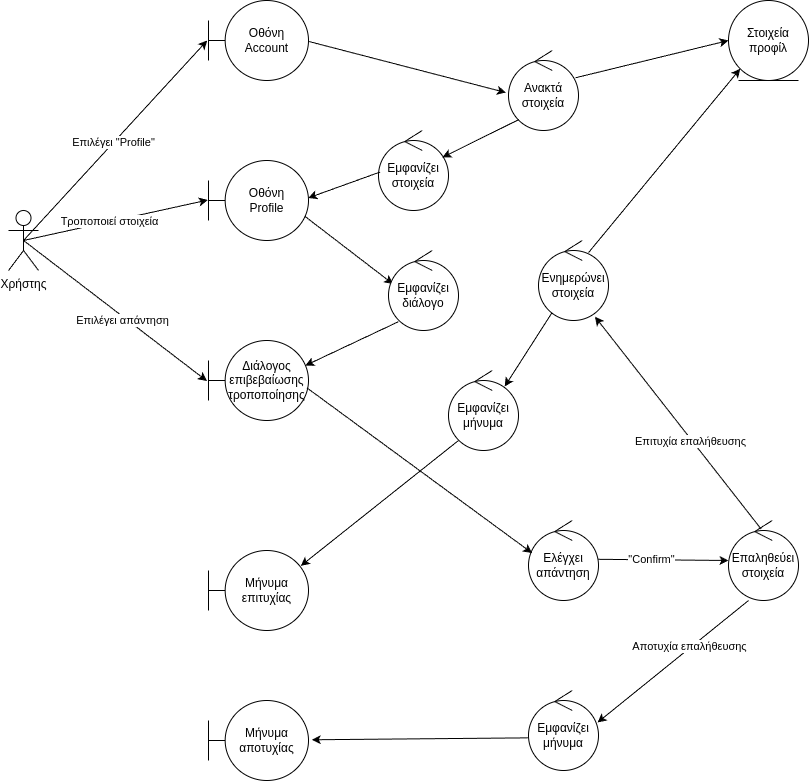
YannisRavasopoulos/ProjectSD_S6 keeps this draw.io diagram as reports/edit-profile-robustness.drawio.png. Above is the earlier version. Source tidied: cells renumbered, new cells last; positions are measured from the earlier drawing's top-left corner, leaving out a move shared by most shapes.
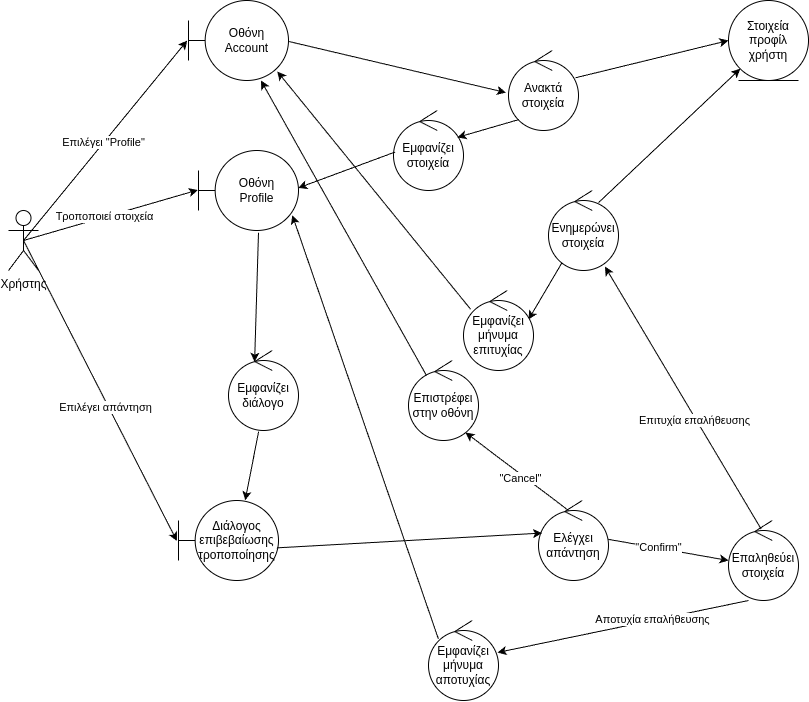
After the commit.

What changed in the source:
```diff
@@ -3,35 +3,32 @@
     <mxCell id="0" />
     <mxCell id="1" parent="0" />
     <mxCell id="2" value="Χρήστης" style="shape=umlActor;verticalLabelPosition=bottom;verticalAlign=top;html=1;" parent="1" vertex="1">
-      <mxGeometry y="210" width="30" height="60" as="geometry" />
+      <mxGeometry x="-25" y="210" width="30" height="60" as="geometry" />
     </mxCell>
     <mxCell id="3" value="Οθόνη&lt;br&gt;Account" style="shape=umlBoundary;whiteSpace=wrap;html=1;" parent="1" vertex="1">
-      <mxGeometry x="200" width="100" height="80" as="geometry" />
+      <mxGeometry x="155" width="100" height="80" as="geometry" />
     </mxCell>
     <mxCell id="4" value="Οθόνη&lt;br&gt;Profile" style="shape=umlBoundary;whiteSpace=wrap;html=1;" parent="1" vertex="1">
-      <mxGeometry x="200" y="160" width="100" height="80" as="geometry" />
+      <mxGeometry x="165" y="150" width="100" height="80" as="geometry" />
     </mxCell>
     <mxCell id="5" value="Εμφανίζει στοιχεία" style="ellipse;shape=umlControl;whiteSpace=wrap;html=1;" parent="1" vertex="1">
-      <mxGeometry x="370" y="130" width="70" height="80" as="geometry" />
+      <mxGeometry x="360" y="110" width="70" height="80" as="geometry" />
     </mxCell>
-    <mxCell id="6" value="&lt;div&gt;Ανακτά&lt;/div&gt;&lt;div&gt;στοιχεία&lt;/div&gt;" style="ellipse;shape=umlControl;whiteSpace=wrap;html=1;" parent="1" vertex="1">
-      <mxGeometry x="500" y="50" width="70" height="80" as="geometry" />
+    <mxCell id="6" value="Ανακτά στοιχεία" style="ellipse;shape=umlControl;whiteSpace=wrap;html=1;" parent="1" vertex="1">
+      <mxGeometry x="475" y="50" width="70" height="80" as="geometry" />
     </mxCell>
-    <mxCell id="7" value="Στοιχεία&lt;br&gt;προφίλ" style="ellipse;shape=umlEntity;whiteSpace=wrap;html=1;" parent="1" vertex="1">
-      <mxGeometry x="720" width="80" height="80" as="geometry" />
+    <mxCell id="7" value="Στοιχεία&lt;br&gt;προφίλ&lt;div&gt;χρήστη&lt;/div&gt;" style="ellipse;shape=umlEntity;whiteSpace=wrap;html=1;" parent="1" vertex="1">
+      <mxGeometry x="695" width="80" height="80" as="geometry" />
     </mxCell>
     <mxCell id="8" value="Επαληθεύει&lt;br&gt;στοιχεία" style="ellipse;shape=umlControl;whiteSpace=wrap;html=1;" parent="1" vertex="1">
-      <mxGeometry x="720" y="520" width="70" height="80" as="geometry" />
+      <mxGeometry x="695" y="520" width="70" height="80" as="geometry" />
     </mxCell>
     <mxCell id="9" value="Ενημερώνει&lt;br&gt;στοιχεία" style="ellipse;shape=umlControl;whiteSpace=wrap;html=1;" parent="1" vertex="1">
-      <mxGeometry x="530" y="240" width="70" height="80" as="geometry" />
+      <mxGeometry x="515" y="190" width="70" height="80" as="geometry" />
     </mxCell>
-    <mxCell id="10" value="Εμφανίζει&lt;br&gt;μήνυμα" style="ellipse;shape=umlControl;whiteSpace=wrap;html=1;" parent="1" vertex="1">
-      <mxGeometry x="520" y="690" width="70" height="80" as="geometry" />
+    <mxCell id="10" value="Εμφανίζει&lt;br&gt;μήνυμα&lt;br&gt;αποτυχίας" style="ellipse;shape=umlControl;whiteSpace=wrap;html=1;" parent="1" vertex="1">
+      <mxGeometry x="395" y="620" width="70" height="80" as="geometry" />
     </mxCell>
-    <mxCell id="11" value="Μήνυμα&lt;br&gt;αποτυχίας" style="shape=umlBoundary;whiteSpace=wrap;html=1;" parent="1" vertex="1">
-      <mxGeometry x="200" y="700" width="100" height="80" as="geometry" />
-    </mxCell>
     <mxCell id="12" style="endArrow=classic;html=1;rounded=0;exitX=1.006;exitY=0.513;exitDx=0;exitDy=0;exitPerimeter=0;entryX=-0.037;entryY=0.526;entryDx=0;entryDy=0;entryPerimeter=0;" parent="1" edge="1" source="3" target="6">
       <mxGeometry relative="1" as="geometry" />
     </mxCell>
@@ -44,7 +41,7 @@
     <mxCell id="15" style="endArrow=classic;html=1;rounded=0;exitX=0.023;exitY=0.519;exitDx=0;exitDy=0;exitPerimeter=0;entryX=0.997;entryY=0.468;entryDx=0;entryDy=0;entryPerimeter=0;" parent="1" edge="1" source="5" target="4">
       <mxGeometry relative="1" as="geometry" />
     </mxCell>
-    <mxCell id="16" style="endArrow=classic;html=1;rounded=0;exitX=0.963;exitY=0.697;exitDx=0;exitDy=0;exitPerimeter=0;entryX=0.065;entryY=0.419;entryDx=0;entryDy=0;entryPerimeter=0;" parent="1" edge="1" source="4" target="27">
+    <mxCell id="16" style="endArrow=classic;html=1;rounded=0;exitX=0.6;exitY=1.028;exitDx=0;exitDy=0;exitPerimeter=0;entryX=0.373;entryY=0.141;entryDx=0;entryDy=0;entryPerimeter=0;" parent="1" edge="1" source="4" target="27">
       <mxGeometry relative="1" as="geometry" />
     </mxCell>
     <mxCell id="17" style="endArrow=classic;html=1;rounded=0;entryX=0.807;entryY=0.952;entryDx=0;entryDy=0;entryPerimeter=0;exitX=0.467;exitY=0.108;exitDx=0;exitDy=0;exitPerimeter=0;" parent="1" edge="1" source="8" target="9">
@@ -62,7 +59,7 @@
     <mxCell id="21" style="endArrow=classic;html=1;rounded=0;entryX=0;entryY=1;entryDx=0;entryDy=0;exitX=0.714;exitY=0.152;exitDx=0;exitDy=0;exitPerimeter=0;" parent="1" edge="1" source="9" target="7">
       <mxGeometry relative="1" as="geometry" />
     </mxCell>
-    <mxCell id="22" style="endArrow=classic;html=1;rounded=0;exitX=-0.009;exitY=0.592;exitDx=0;exitDy=0;exitPerimeter=0;entryX=1.032;entryY=0.491;entryDx=0;entryDy=0;entryPerimeter=0;" parent="1" edge="1" source="10" target="11">
+    <mxCell id="22" style="endArrow=classic;html=1;rounded=0;exitX=0.141;exitY=0.229;exitDx=0;exitDy=0;exitPerimeter=0;entryX=0.938;entryY=0.809;entryDx=0;entryDy=0;entryPerimeter=0;" parent="1" edge="1" source="10" target="4">
       <mxGeometry relative="1" as="geometry" />
     </mxCell>
     <mxCell id="23" style="endArrow=classic;html=1;rounded=0;entryX=-0.013;entryY=0.5;entryDx=0;entryDy=0;entryPerimeter=0;exitX=0.5;exitY=0.5;exitDx=0;exitDy=0;exitPerimeter=0;" parent="1" edge="1" source="2" target="3">
@@ -78,12 +75,12 @@
       <mxGeometry x="-0.07" y="1" relative="1" as="geometry" />
     </mxCell>
     <mxCell id="27" value="Εμφανίζει&lt;br&gt;διάλογο" style="ellipse;shape=umlControl;whiteSpace=wrap;html=1;" parent="1" vertex="1">
-      <mxGeometry x="380" y="250" width="70" height="80" as="geometry" />
+      <mxGeometry x="195" y="350" width="70" height="80" as="geometry" />
     </mxCell>
     <mxCell id="28" value="Διάλογος&lt;br&gt;επιβεβαίωσης&lt;br&gt;τροποποίησης" style="shape=umlBoundary;whiteSpace=wrap;html=1;" parent="1" vertex="1">
-      <mxGeometry x="200" y="340" width="100" height="80" as="geometry" />
+      <mxGeometry x="145" y="500" width="100" height="80" as="geometry" />
     </mxCell>
-    <mxCell id="29" style="endArrow=classic;html=1;rounded=0;exitX=0.142;exitY=0.89;exitDx=0;exitDy=0;exitPerimeter=0;entryX=0.968;entryY=0.313;entryDx=0;entryDy=0;entryPerimeter=0;" parent="1" edge="1" source="27" target="28">
+    <mxCell id="29" style="endArrow=classic;html=1;rounded=0;exitX=0.43;exitY=1.014;exitDx=0;exitDy=0;exitPerimeter=0;entryX=0.667;entryY=-0.002;entryDx=0;entryDy=0;entryPerimeter=0;" parent="1" edge="1" source="27" target="28">
       <mxGeometry relative="1" as="geometry" />
     </mxCell>
     <mxCell id="30" style="endArrow=classic;html=1;rounded=0;exitX=0.5;exitY=0.5;exitDx=0;exitDy=0;exitPerimeter=0;entryX=-0.016;entryY=0.506;entryDx=0;entryDy=0;entryPerimeter=0;" parent="1" edge="1" source="2" target="28">
@@ -93,7 +90,7 @@
       <mxGeometry x="0.1" y="-3" relative="1" as="geometry" />
     </mxCell>
     <mxCell id="32" value="Ελέγχει&lt;br&gt;απάντηση" style="ellipse;shape=umlControl;whiteSpace=wrap;html=1;" parent="1" vertex="1">
-      <mxGeometry x="520" y="520" width="70" height="80" as="geometry" />
+      <mxGeometry x="505" y="500" width="70" height="80" as="geometry" />
     </mxCell>
     <mxCell id="33" style="endArrow=classic;html=1;rounded=0;exitX=0.984;exitY=0.592;exitDx=0;exitDy=0;exitPerimeter=0;entryX=0.051;entryY=0.407;entryDx=0;entryDy=0;entryPerimeter=0;" parent="1" edge="1" source="28" target="32">
       <mxGeometry relative="1" as="geometry" />
@@ -104,19 +101,26 @@
     <mxCell id="35" value="&quot;Confirm&quot;" style="edgeLabel;html=1;align=center;verticalAlign=middle;" parent="34" vertex="1">
       <mxGeometry x="-0.19" y="1" relative="1" as="geometry" />
     </mxCell>
-    <mxCell id="36" value="Μήνυμα&lt;br&gt;επιτυχίας" style="shape=umlBoundary;whiteSpace=wrap;html=1;" parent="1" vertex="1">
-      <mxGeometry x="200" y="550" width="100" height="80" as="geometry" />
-    </mxCell>
-    <mxCell id="37" value="Εμφανίζει&lt;br&gt;μήνυμα" style="ellipse;shape=umlControl;whiteSpace=wrap;html=1;" parent="1" vertex="1">
-      <mxGeometry x="440" y="370" width="70" height="80" as="geometry" />
-    </mxCell>
-    <mxCell id="38" style="endArrow=classic;html=1;exitX=0.191;exitY=0.905;exitDx=0;exitDy=0;exitPerimeter=0;entryX=0.803;entryY=0.2;entryDx=0;entryDy=0;entryPerimeter=0;" parent="1" edge="1" source="9" target="37">
+    <mxCell id="38" style="endArrow=classic;html=1;exitX=0.191;exitY=0.905;exitDx=0;exitDy=0;exitPerimeter=0;entryX=0.929;entryY=0.363;entryDx=0;entryDy=0;entryPerimeter=0;" parent="1" edge="1" source="9" target="42">
       <mxGeometry relative="1" as="geometry" />
     </mxCell>
-    <mxCell id="39" style="endArrow=classic;html=1;entryX=0.923;entryY=0.192;entryDx=0;entryDy=0;entryPerimeter=0;" parent="1" edge="1" target="36">
-      <mxGeometry relative="1" as="geometry">
-        <mxPoint x="450" y="440" as="sourcePoint" />
-      </mxGeometry>
-    </mxCell>
+    <mxCell id="40" style="endArrow=classic;html=1;exitX=0.429;exitY=0.125;exitDx=0;exitDy=0;exitPerimeter=0;entryX=0.814;entryY=0.9;entryDx=0;entryDy=0;entryPerimeter=0;" parent="1" edge="1" source="32" target="44">
+      <mxGeometry relative="1" as="geometry" />
+    </mxCell>
+    <mxCell id="41" value="&quot;Cancel&quot;" style="edgeLabel;html=1;align=center;verticalAlign=middle;" parent="40" vertex="1">
+      <mxGeometry x="-0.09" y="3" relative="1" as="geometry" />
+    </mxCell>
+    <mxCell id="42" value="Εμφανίζει&lt;div&gt;μήνυμα&lt;/div&gt;&lt;div&gt;επιτυχίας&lt;/div&gt;" style="ellipse;shape=umlControl;whiteSpace=wrap;html=1;" parent="1" vertex="1">
+      <mxGeometry x="430" y="290" width="70" height="80" as="geometry" />
+    </mxCell>
+    <mxCell id="43" style="endArrow=classic;html=1;exitX=0.102;exitY=0.235;exitDx=0;exitDy=0;exitPerimeter=0;entryX=0.888;entryY=0.887;entryDx=0;entryDy=0;entryPerimeter=0;" parent="1" edge="1" source="42" target="3">
+      <mxGeometry relative="1" as="geometry" />
+    </mxCell>
+    <mxCell id="44" value="Επιστρέφει&lt;br&gt;στην οθόνη" style="ellipse;shape=umlControl;whiteSpace=wrap;html=1;" parent="1" vertex="1">
+      <mxGeometry x="375" y="360" width="70" height="80" as="geometry" />
+    </mxCell>
+    <mxCell id="45" style="endArrow=classic;html=1;exitX=0.257;exitY=0.188;exitDx=0;exitDy=0;exitPerimeter=0;" parent="1" edge="1" source="44" target="3">
+      <mxGeometry relative="1" as="geometry" />
+    </mxCell>
   </root>
 </mxGraphModel>
```
